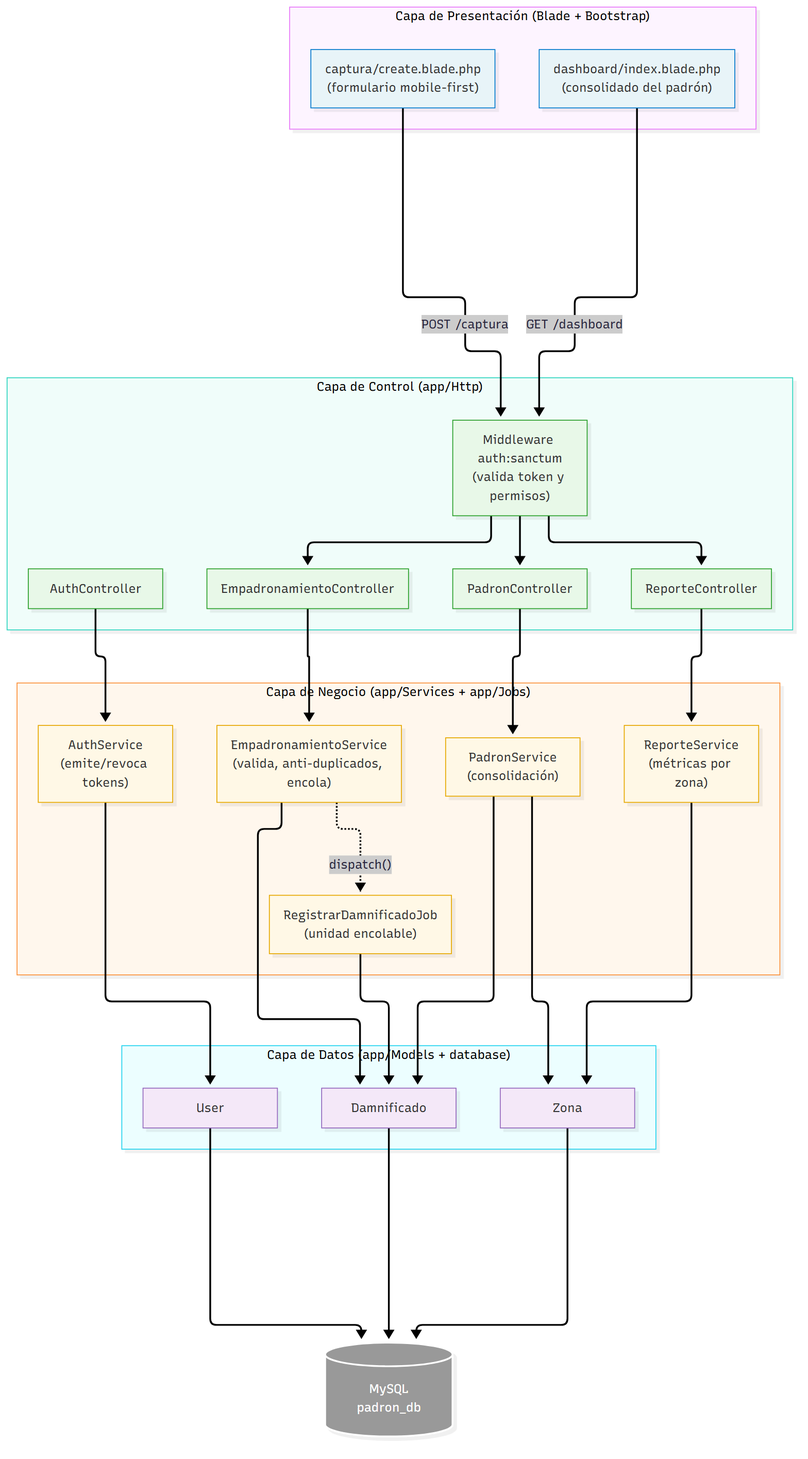
This is img/nivel3-componentes.png from gabrielquispe27-ops/Sistema-Empadronamiento_arquiSoft_Quispe-02, a Mermaid export, as it was before one commit. Its source is kept beside it as img/fuentes-mermaid/nivel3-componentes.mmd. The source it was exported from:
```mermaid
flowchart TD
    classDef pres fill:#e8f4f8,stroke:#007acc,stroke-width:1px,color:#333
    classDef ctrl fill:#e8f8e8,stroke:#2ca02c,stroke-width:1px,color:#333
    classDef biz fill:#fff8e6,stroke:#e6a800,stroke-width:1px,color:#333
    classDef data fill:#f4e8f8,stroke:#9467bd,stroke-width:1px,color:#333
    classDef ext fill:#999999,stroke:#fff,stroke-width:2px,color:#fff

    subgraph PRES ["Capa de Presentación (Blade + Bootstrap)"]
        V_Cap["captura/create.blade.php\n(formulario mobile-first)"]:::pres
        V_Dash["dashboard/index.blade.php\n(consolidado del padrón)"]:::pres
    end

    subgraph CTRL ["Capa de Control (app/Http)"]
        MW["Middleware auth:sanctum\n(valida token y permisos)"]:::ctrl
        C_Auth["AuthController"]:::ctrl
        C_Cap["EmpadronamientoController"]:::ctrl
        C_Pad["PadronController"]:::ctrl
        C_Rep["ReporteController"]:::ctrl
    end

    subgraph BIZ ["Capa de Negocio (app/Services + app/Jobs)"]
        S_Auth["AuthService\n(emite/revoca tokens)"]:::biz
        S_Cap["EmpadronamientoService\n(valida, anti-duplicados, encola)"]:::biz
        S_Pad["PadronService\n(consolidación)"]:::biz
        S_Rep["ReporteService\n(métricas por zona)"]:::biz
        J_Reg["RegistrarDamnificadoJob\n(unidad encolable)"]:::biz
    end

    subgraph DATA ["Capa de Datos (app/Models + database)"]
        M_User["User"]:::data
        M_Dam["Damnificado"]:::data
        M_Zona["Zona"]:::data
    end

    DB[("MySQL\npadron_db")]:::ext

    V_Cap -- "POST /captura" --> MW
    V_Dash -- "GET /dashboard" --> MW
    MW --> C_Cap
    MW --> C_Pad
    MW --> C_Rep

    C_Auth --> S_Auth
    C_Cap --> S_Cap
    C_Pad --> S_Pad
    C_Rep --> S_Rep

    S_Cap -. "dispatch()" .-> J_Reg
    S_Cap --> M_Dam
    S_Pad --> M_Dam
    S_Pad --> M_Zona
    S_Rep --> M_Zona
    S_Auth --> M_User
    J_Reg --> M_Dam
    M_Dam --> DB
    M_Zona --> DB
    M_User --> DB
```
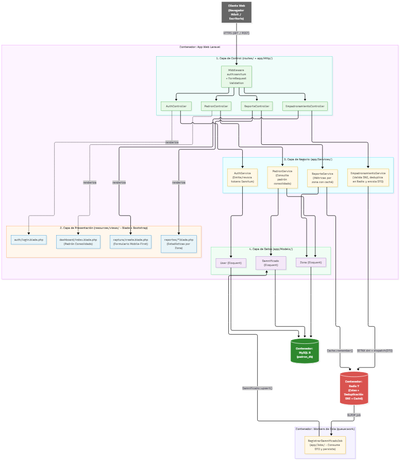
Above is the later version.

The edit, as a diff of the source:
```diff
@@ -1,57 +1,77 @@
 flowchart TD
+    classDef client fill:#666666,stroke:#fff,stroke-width:2px,color:#fff
     classDef pres fill:#e8f4f8,stroke:#007acc,stroke-width:1px,color:#333
     classDef ctrl fill:#e8f8e8,stroke:#2ca02c,stroke-width:1px,color:#333
     classDef biz fill:#fff8e6,stroke:#e6a800,stroke-width:1px,color:#333
     classDef data fill:#f4e8f8,stroke:#9467bd,stroke-width:1px,color:#333
-    classDef ext fill:#999999,stroke:#fff,stroke-width:2px,color:#fff
+    classDef queue fill:#d9534f,stroke:#fff,stroke-width:2px,color:#fff
+    classDef db fill:#2d882d,stroke:#fff,stroke-width:2px,color:#fff
 
-    subgraph PRES ["Capa de Presentación (Blade + Bootstrap)"]
-        V_Cap["captura/create.blade.php\n(formulario mobile-first)"]:::pres
-        V_Dash["dashboard/index.blade.php\n(consolidado del padrón)"]:::pres
+    Nav["Cliente Web\n(Navegador Móvil / Escritorio)"]:::client
+
+    subgraph WEB_CONTAINER ["Contenedor: App Web Laravel"]
+        subgraph CTRL ["1. Capa de Control (routes/ + app/Http/)"]
+            MW["Middleware auth:sanctum\n+ FormRequest Validation"]:::ctrl
+            C_Auth["AuthController"]:::ctrl
+            C_Cap["EmpadronamientoController"]:::ctrl
+            C_Pad["PadronController"]:::ctrl
+            C_Rep["ReporteController"]:::ctrl
+        end
+
+        subgraph PRES ["2. Capa de Presentación (resources/views/ - Blade + Bootstrap)"]
+            V_Auth["auth/login.blade.php"]:::pres
+            V_Cap["captura/create.blade.php\n(Formulario Mobile-First)"]:::pres
+            V_Dash["dashboard/index.blade.php\n(Padrón Consolidado)"]:::pres
+            V_Rep["reportes/*.blade.php\n(Estadísticas por Zona)"]:::pres
+        end
+
+        subgraph BIZ ["3. Capa de Negocio (app/Services/)"]
+            S_Auth["AuthService\n(Emite/revoca tokens Sanctum)"]:::biz
+            S_Cap["EmpadronamientoService\n(Valida DNI, deduplica en Redis y encola DTO)"]:::biz
+            S_Pad["PadronService\n(Consulta padrón consolidado)"]:::biz
+            S_Rep["ReporteService\n(Métricas por zona con caché)"]:::biz
+        end
+
+        subgraph DATA ["4. Capa de Datos (app/Models/)"]
+            M_User["User (Eloquent)"]:::data
+            M_Dam["Damnificado (Eloquent)"]:::data
+            M_Zona["Zona (Eloquent)"]:::data
+        end
     end
 
-    subgraph CTRL ["Capa de Control (app/Http)"]
-        MW["Middleware auth:sanctum\n(valida token y permisos)"]:::ctrl
-        C_Auth["AuthController"]:::ctrl
-        C_Cap["EmpadronamientoController"]:::ctrl
-        C_Pad["PadronController"]:::ctrl
-        C_Rep["ReporteController"]:::ctrl
+    subgraph WORKER_CONTAINER ["Contenedor: Workers de Cola (queue:work)"]
+        J_Reg["RegistrarDamnificadoJob\n(app/Jobs/ - Consume DTO y persiste)"]:::biz
     end
 
-    subgraph BIZ ["Capa de Negocio (app/Services + app/Jobs)"]
-        S_Auth["AuthService\n(emite/revoca tokens)"]:::biz
-        S_Cap["EmpadronamientoService\n(valida, anti-duplicados, encola)"]:::biz
-        S_Pad["PadronService\n(consolidación)"]:::biz
-        S_Rep["ReporteService\n(métricas por zona)"]:::biz
-        J_Reg["RegistrarDamnificadoJob\n(unidad encolable)"]:::biz
-    end
+    Redis[("Contenedor: Redis 7\n(Colas + Deduplicación DNI + Caché)")]:::queue
+    DB[("Contenedor: MySQL 8\n(padron_db)")]:::db
 
-    subgraph DATA ["Capa de Datos (app/Models + database)"]
-        M_User["User"]:::data
-        M_Dam["Damnificado"]:::data
-        M_Zona["Zona"]:::data
-    end
-
-    DB[("MySQL\npadron_db")]:::ext
-
-    V_Cap -- "POST /captura" --> MW
-    V_Dash -- "GET /dashboard" --> MW
+    Nav -- "HTTPS (GET / POST)" --> MW
+    MW --> C_Auth
     MW --> C_Cap
     MW --> C_Pad
     MW --> C_Rep
+
+    C_Auth -. "renderiza" .-> V_Auth
+    C_Cap -. "renderiza" .-> V_Cap
+    C_Pad -. "renderiza" .-> V_Dash
+    C_Rep -. "renderiza" .-> V_Rep
 
     C_Auth --> S_Auth
     C_Cap --> S_Cap
     C_Pad --> S_Pad
     C_Rep --> S_Rep
 
-    S_Cap -. "dispatch()" .-> J_Reg
-    S_Cap --> M_Dam
+    S_Auth --> M_User
+    S_Cap -- "SETNX dni + dispatch(DTO)" --> Redis
+    Redis -- "BLPOP job" --> J_Reg
+    J_Reg -- "Damnificado::upsert()" --> M_Dam
+
     S_Pad --> M_Dam
     S_Pad --> M_Zona
     S_Rep --> M_Zona
-    S_Auth --> M_User
-    J_Reg --> M_Dam
+    S_Rep -- "Cache::remember()" --> Redis
+
+    M_User --> DB
     M_Dam --> DB
     M_Zona --> DB
-    M_User --> DB
```
